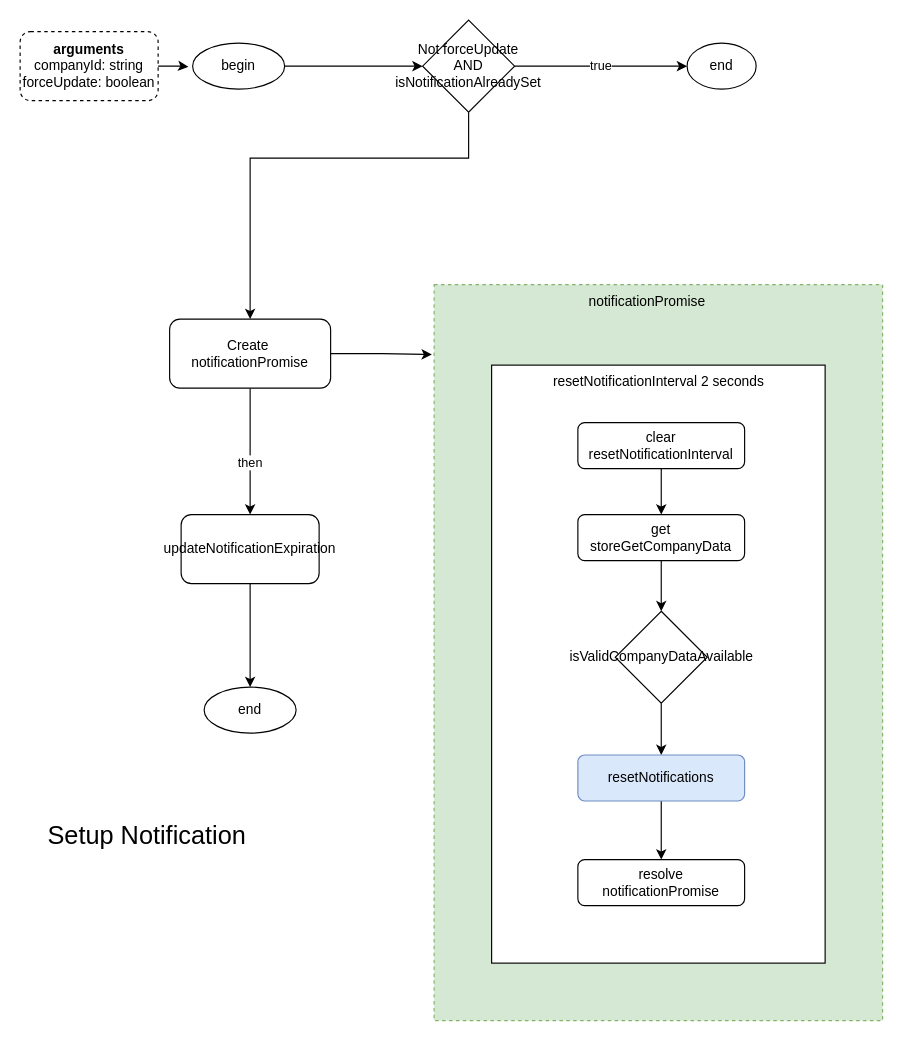
Before: page "setupNotifications" (4 of 7) of projects/central_masjid_dashboard/cdb/misc/docs-mobile/MDB Mobile Setup Notifications.drawio in sherazc/playground, a draw.io diagram. Source tidied: cells renumbered, new cells numbered last; positions are measured from the earlier drawing's top-left corner, leaving out a move shared by most shapes. Both pictures are drawn from the tidied source at 115%, with x=0, y=0 at pixel (20, 20).
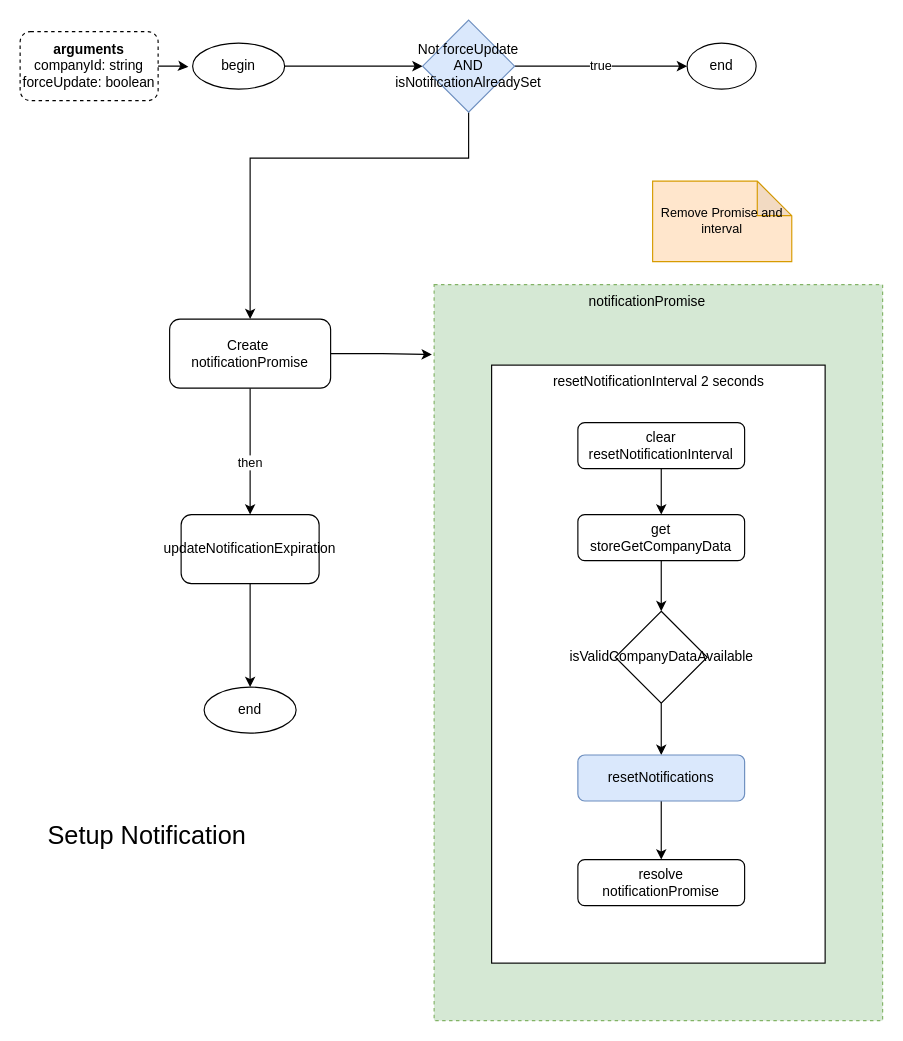
After the change.

What changed in the source:
```diff
@@
-    <mxCell id="10" value="Not forceUpdate&lt;br&gt;AND&lt;br&gt;isNotificationAlreadySet" style="rhombus;whiteSpace=wrap;html=1;" parent="1" vertex="1">
+    <mxCell id="10" value="Not forceUpdate&lt;br&gt;AND&lt;br&gt;isNotificationAlreadySet" style="rhombus;whiteSpace=wrap;html=1;fillColor=#dae8fc;strokeColor=#6c8ebf;" parent="1" vertex="1">
       <mxGeometry x="350" width="80" height="80" as="geometry" />
     </mxCell>
@@
+    <mxCell id="31" value="&lt;font style=&quot;font-size: 11px;&quot;&gt;Remove Promise and interval&lt;/font&gt;" style="shape=note;whiteSpace=wrap;html=1;backgroundOutline=1;darkOpacity=0.05;fontSize=11;fillColor=#ffe6cc;strokeColor=#d79b00;rotation=0;align=center;" parent="1" vertex="1">
+      <mxGeometry x="550" y="140" width="121" height="70" as="geometry" />
+    </mxCell>
```
